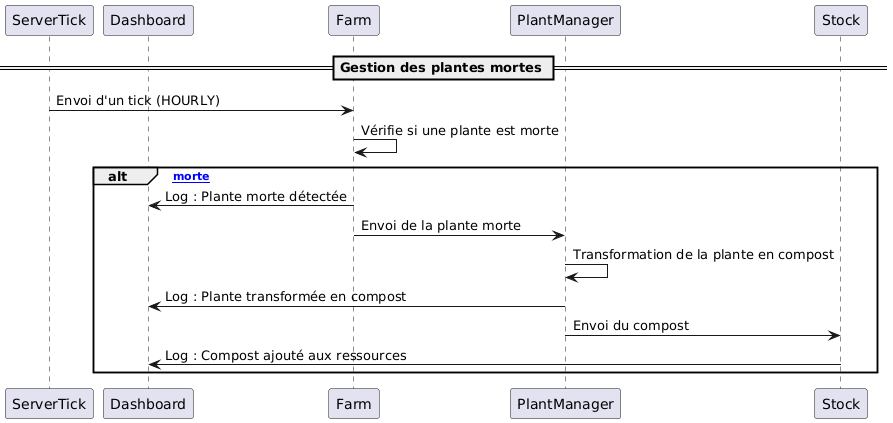
Before: Gestion_plantes_mortes.png, a diagram exported from PlantUML (Dopapipo/dofus-helper). Its diagram source:
```plantuml
@startuml
participant ServerTick
participant Dashboard
participant Farm
participant PlantManager
participant Stock


== Gestion des plantes mortes ==
ServerTick -> Farm : Envoi d'un tick (HOURLY)
Farm -> Farm : Vérifie si une plante est morte
alt [Plante morte]
    Farm -> Dashboard : Log : Plante morte détectée
    Farm -> PlantManager : Envoi de la plante morte
    PlantManager -> PlantManager : Transformation de la plante en compost
    PlantManager -> Dashboard : Log : Plante transformée en compost
    PlantManager -> Stock : Envoi du compost
    Stock -> Dashboard : Log : Compost ajouté aux ressources
end
@enduml
```
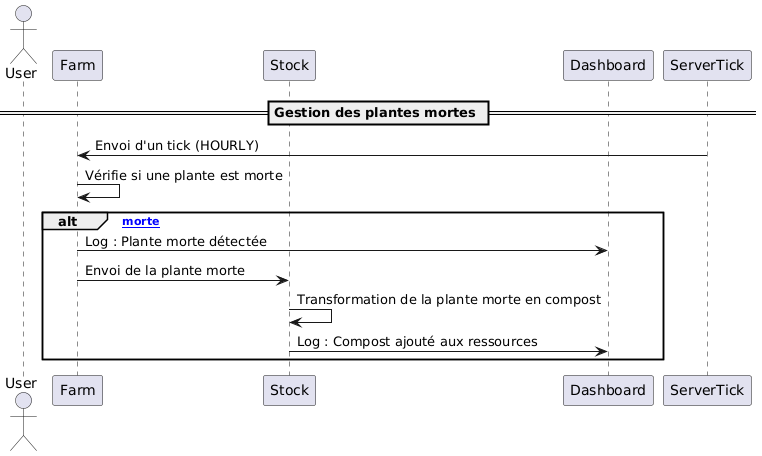
Above is the later version.

The edit, as a diff of the source:
```diff
@@ -1,20 +1,17 @@
 @startuml
+actor User
+participant Farm
+participant Stock
+participant Dashboard
 participant ServerTick
-participant Dashboard
-participant Farm
-participant PlantManager
-participant Stock
-
 
 == Gestion des plantes mortes ==
 ServerTick -> Farm : Envoi d'un tick (HOURLY)
 Farm -> Farm : Vérifie si une plante est morte
 alt [Plante morte]
     Farm -> Dashboard : Log : Plante morte détectée
-    Farm -> PlantManager : Envoi de la plante morte
-    PlantManager -> PlantManager : Transformation de la plante en compost
-    PlantManager -> Dashboard : Log : Plante transformée en compost
-    PlantManager -> Stock : Envoi du compost
+    Farm -> Stock : Envoi de la plante morte
+    Stock -> Stock : Transformation de la plante morte en compost
     Stock -> Dashboard : Log : Compost ajouté aux ressources
 end
 @enduml
```
